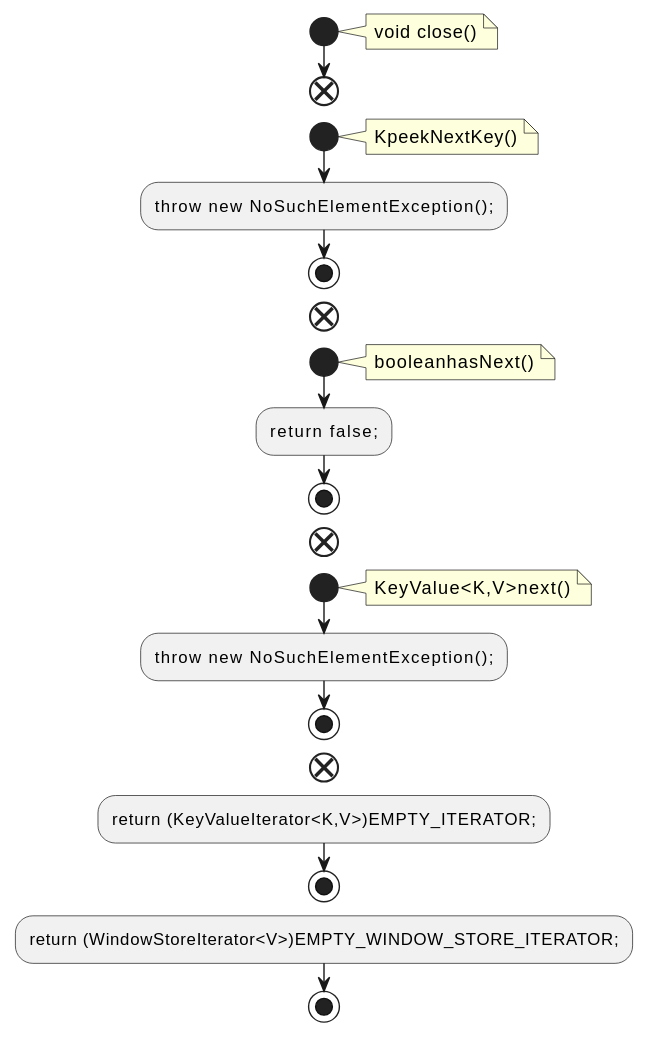
The PlantUML diagram docs/qc/streams/src/main/java/org/apache/kafka/streams/state/internals/KeyValueIterators.java.fct.svg in qualitesys/kafka, before a commit.
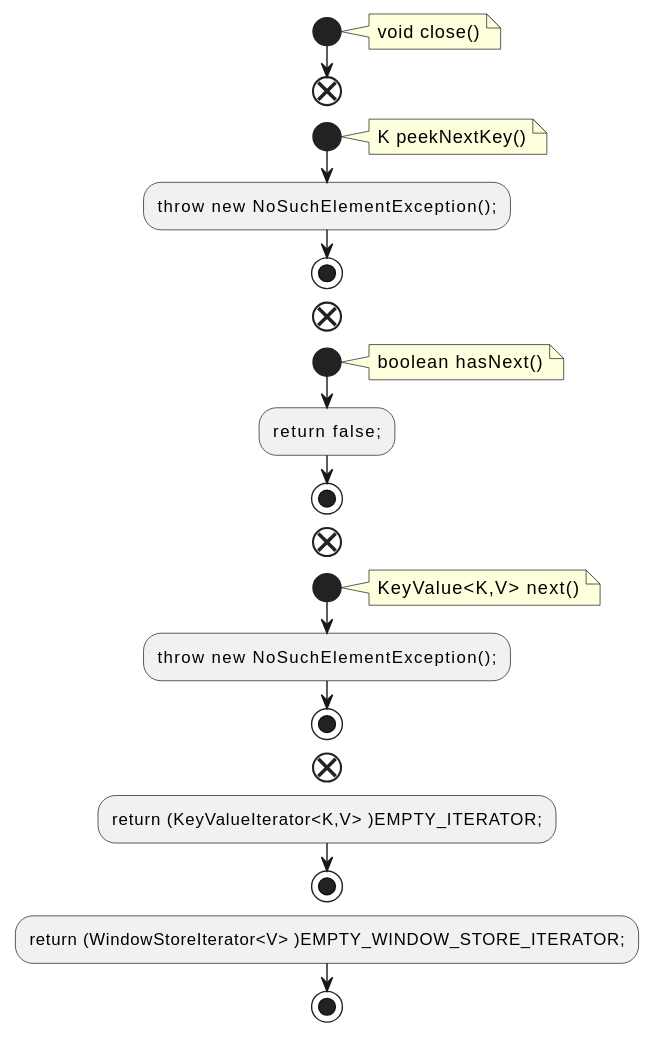
The same file after the commit.

Change to the diagram source:
```diff
@@ -7,27 +7,27 @@
 end
 start
 note right
-KpeekNextKey()
+K peekNextKey()
 end note
 :throw new NoSuchElementException();;
 stop
 end
 start
 note right
-booleanhasNext()
+boolean hasNext()
 end note
 :return false;;
 stop
 end
 start
 note right
-KeyValue<K,V>next()
+KeyValue<K,V> next()
 end note
 :throw new NoSuchElementException();;
 stop
 end
-:return (KeyValueIterator<K,V>)EMPTY_ITERATOR;;
+:return (KeyValueIterator<K,V> )EMPTY_ITERATOR;;
 stop
-:return (WindowStoreIterator<V>)EMPTY_WINDOW_STORE_ITERATOR;;
+:return (WindowStoreIterator<V> )EMPTY_WINDOW_STORE_ITERATOR;;
 stop
 @enduml
```
